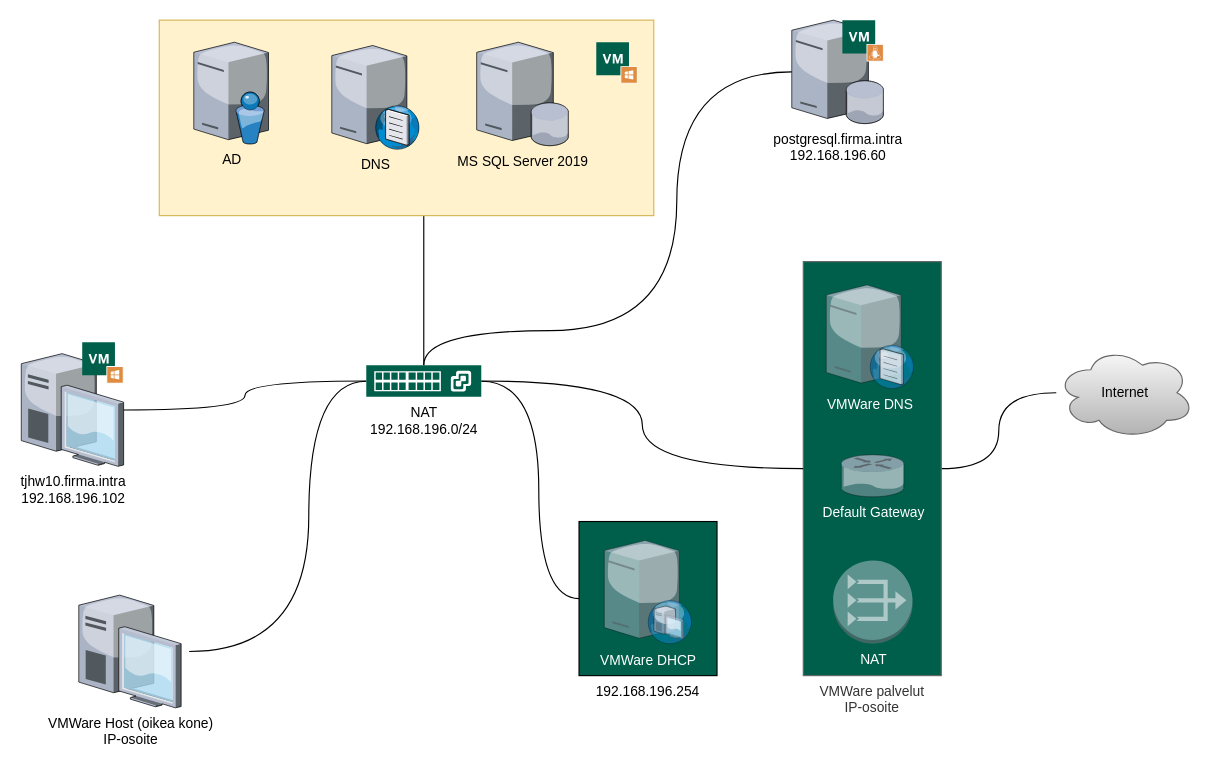
This is TJHYmpäristö.drawio from MikaVainio/TJHDokumentaatio, a draw.io file, before an edit. Source tidied: cells renumbered, new cells numbered last; positions are measured from the earlier drawing's top-left corner, leaving out a move shared by most shapes. Both pictures are drawn from the tidied source at 115%, with x=0, y=0 at pixel (21, 20).
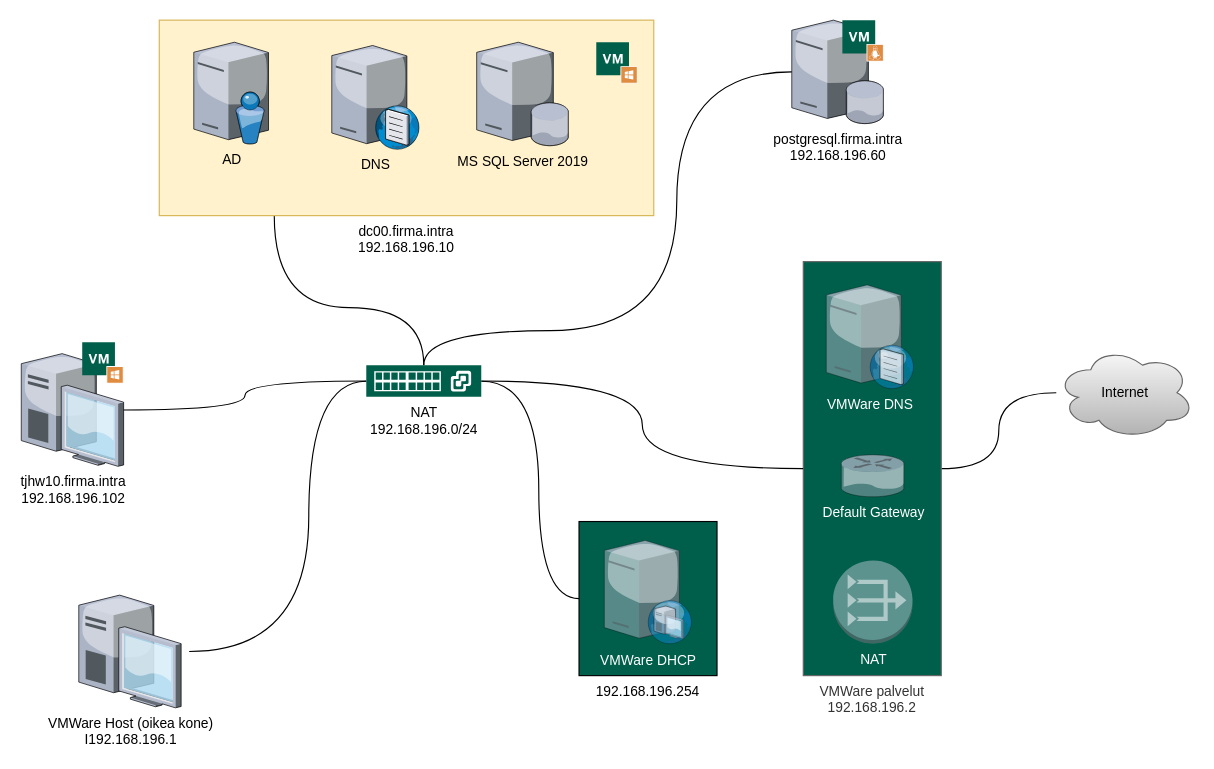
After the change.

Unchanged cells that the change refers to:
```xml
<mxCell id="13" style="group;glass=0;" parent="1" vertex="1">
  <mxGeometry x="680" y="210" width="120" height="360" as="geometry" />
</mxCell>
<mxCell id="26" value="NAT&lt;br&gt;192.168.196.0/24" style="shadow=0;dashed=0;html=1;strokeColor=none;fillColor=#005F4B;labelPosition=center;verticalLabelPosition=bottom;verticalAlign=top;align=center;outlineConnect=0;shape=mxgraph.veeam2.vmware_vswitch;fontColor=#000000;" parent="1" vertex="1">
  <mxGeometry x="300" y="300" width="100" height="27.5" as="geometry" />
</mxCell>
```

Diff of the diagram source:
```diff
@@
-    <mxCell id="5" value="VMWare Host (oikea kone)&lt;br&gt;IP-osoite" style="verticalLabelPosition=bottom;html=1;verticalAlign=top;align=center;outlineConnect=0;shape=mxgraph.citrix.desktop;strokeWidth=22;perimeterSpacing=7;strokeColor=#d79b00;gradientColor=#ffa500;shadow=0;fillColor=none;" parent="1" vertex="1">
+    <mxCell id="5" value="VMWare Host (oikea kone)&lt;br&gt;I192.168.196.1" style="verticalLabelPosition=bottom;html=1;verticalAlign=top;align=center;outlineConnect=0;shape=mxgraph.citrix.desktop;strokeWidth=22;perimeterSpacing=7;strokeColor=#d79b00;gradientColor=#ffa500;shadow=0;fillColor=none;" parent="1" vertex="1">
       <mxGeometry x="50" y="500" width="89" height="98" as="geometry" />
     </mxCell>
@@
-    <mxCell id="14" value="VMWare palvelut&lt;br&gt;IP-osoite" style="whiteSpace=wrap;html=1;labelPosition=center;verticalLabelPosition=bottom;align=center;verticalAlign=top;glass=0;strokeColor=#666666;fontColor=#333333;shadow=0;fillColor=#005F4B;" parent="13" vertex="1">
+    <mxCell id="14" value="VMWare palvelut&lt;br&gt;192.168.196.2" style="whiteSpace=wrap;html=1;labelPosition=center;verticalLabelPosition=bottom;align=center;verticalAlign=top;glass=0;strokeColor=#666666;fontColor=#333333;shadow=0;fillColor=#005F4B;" parent="13" vertex="1">
       <mxGeometry width="120" height="360" as="geometry" />
     </mxCell>
@@
     <mxCell id="25" style="edgeStyle=orthogonalEdgeStyle;jettySize=auto;html=1;endArrow=none;endFill=0;curved=1;" parent="1" edge="1" source="26">
       <mxGeometry relative="1" as="geometry">
-        <mxPoint x="350" y="170" as="targetPoint" />
+        <mxPoint x="220" y="170" as="targetPoint" />
         <Array as="points">
-          <mxPoint x="350" y="230" />
-          <mxPoint x="350" y="230" />
+          <mxPoint x="350" y="250" />
+          <mxPoint x="220" y="250" />
+          <mxPoint x="220" y="170" />
         </Array>
       </mxGeometry>
     </mxCell>
@@
-    <mxCell id="27" style="group;fillColor=#fff2cc;strokeColor=#d6b656;" parent="1" vertex="1">
+    <mxCell id="27" value="dc00.firma.intra&#10;192.168.196.10" style="group;fillColor=#fff2cc;strokeColor=#d6b656;labelPosition=center;verticalLabelPosition=bottom;align=center;verticalAlign=top;" parent="1" vertex="1">
       <mxGeometry x="120" width="430" height="170" as="geometry" />
     </mxCell>
```
